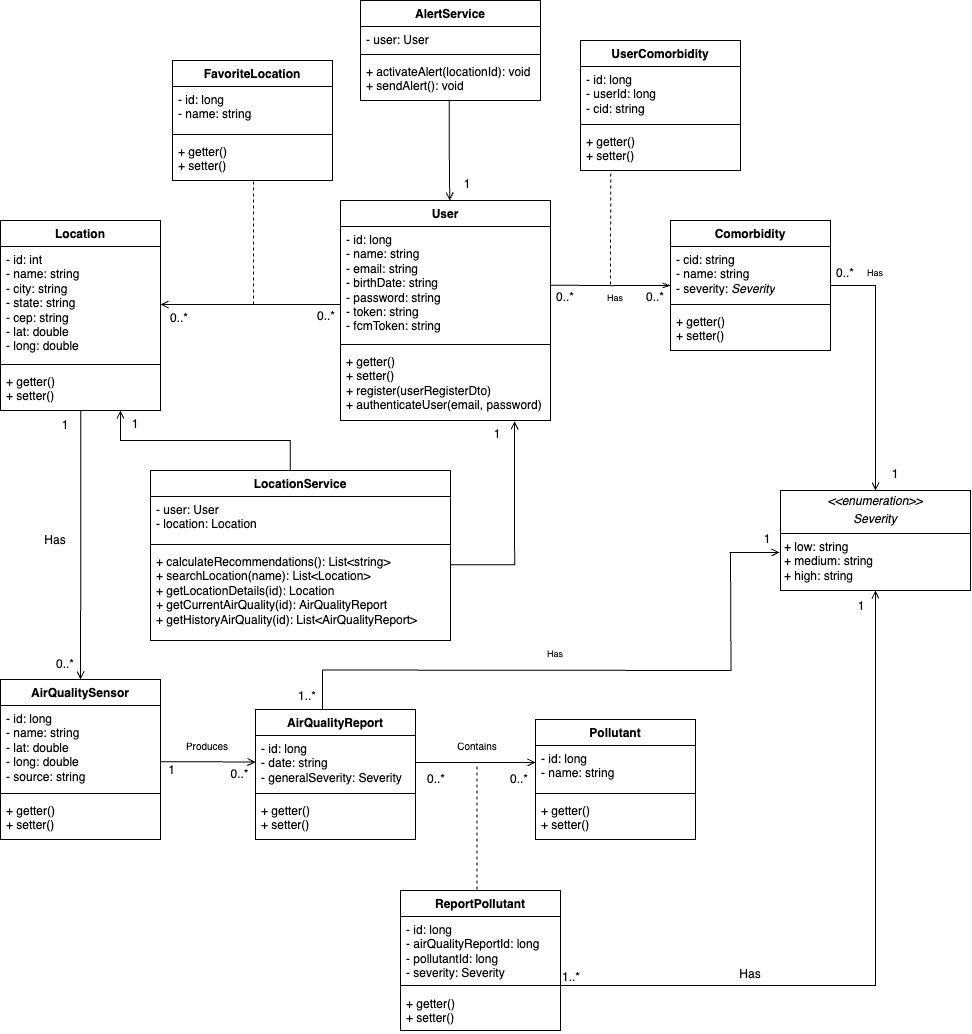
Before: artifacts/class-diagram/class_diagram_respira.drawio.png, a diagram exported from draw.io (LucasRohr/respira). Source tidied: cells renumbered, new cells last; positions are measured from the earlier drawing's top-left corner, leaving out a move shared by most shapes.
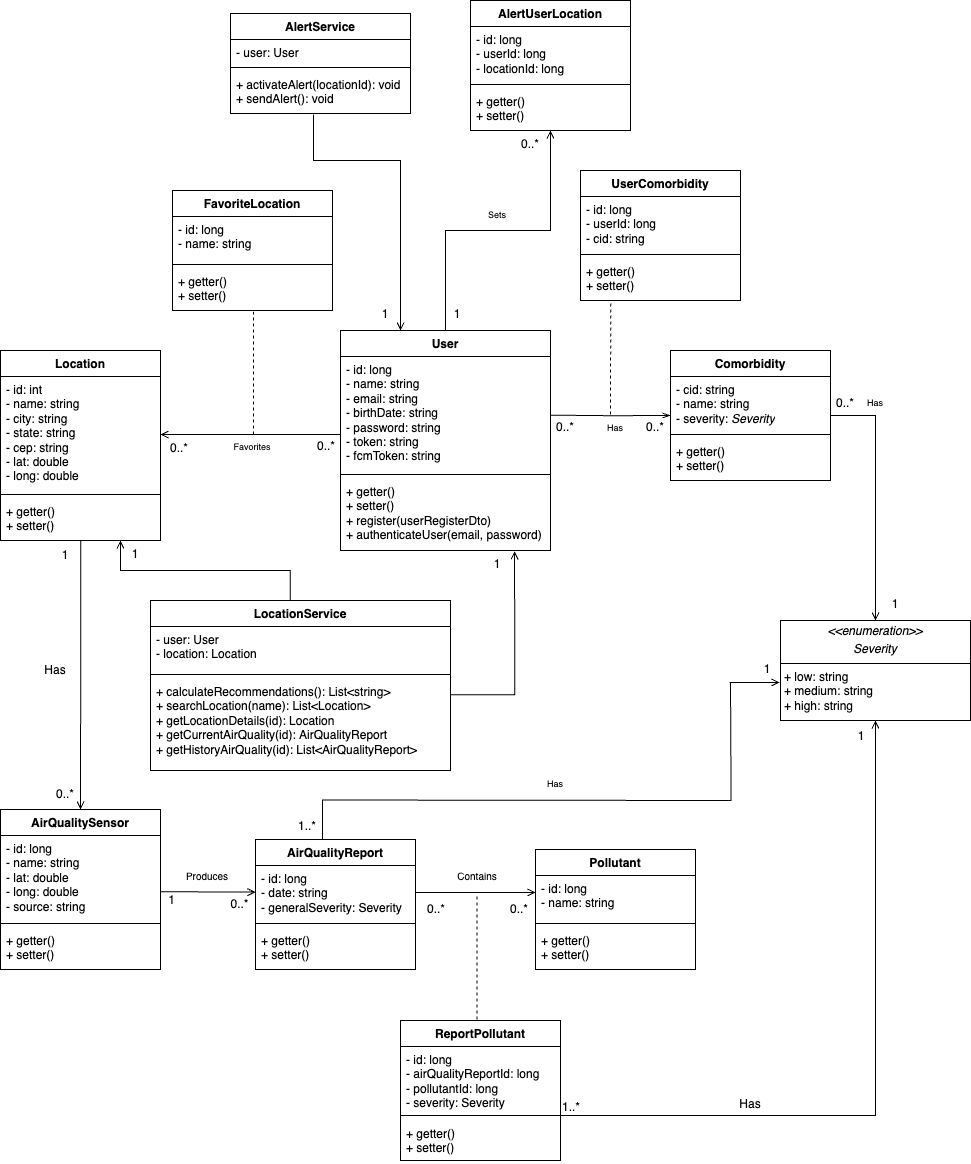
After the commit.

Commit message:
refactor: :recycle: rewrite alert relation in class diagram

The edit, as a diff of the source:
```diff
@@ -242,20 +242,18 @@
     <mxCell id="71" value="1..*" style="text;html=1;align=center;verticalAlign=middle;whiteSpace=wrap;rounded=0;" parent="1" vertex="1">
       <mxGeometry x="560" y="970" width="22" height="14" as="geometry" />
     </mxCell>
-    <mxCell id="72" style="edgeStyle=orthogonalEdgeStyle;rounded=0;orthogonalLoop=1;jettySize=auto;html=1;endArrow=open;startFill=0;endFill=0;exitX=0.437;exitY=1.036;exitDx=0;exitDy=0;exitPerimeter=0;entryX=0.52;entryY=0.005;entryDx=0;entryDy=0;entryPerimeter=0;" parent="1" edge="1">
+    <mxCell id="72" style="edgeStyle=orthogonalEdgeStyle;rounded=0;orthogonalLoop=1;jettySize=auto;html=1;endArrow=open;startFill=0;endFill=0;exitX=0.456;exitY=1.095;exitDx=0;exitDy=0;exitPerimeter=0;entryX=0.52;entryY=0.005;entryDx=0;entryDy=0;entryPerimeter=0;" parent="1" edge="1">
       <mxGeometry relative="1" as="geometry">
-        <mxPoint x="448.7" y="100.5" as="sourcePoint" />
-        <mxPoint x="449.2" y="200.1" as="targetPoint" />
+        <mxPoint x="312.9" y="-16" as="sourcePoint" />
+        <mxPoint x="400" y="200.1" as="targetPoint" />
         <Array as="points">
-          <mxPoint x="449" y="149" />
-          <mxPoint x="449" y="149" />
-          <mxPoint x="449" y="169" />
-          <mxPoint x="449" y="169" />
+          <mxPoint x="313" y="30" />
+          <mxPoint x="400" y="30" />
         </Array>
       </mxGeometry>
     </mxCell>
     <mxCell id="73" value="AlertService" style="swimlane;fontStyle=1;align=center;verticalAlign=top;horizontal=1;startSize=26;whiteSpace=wrap;html=1;" parent="1" vertex="1">
-      <mxGeometry x="360" width="180" height="100" as="geometry" />
+      <mxGeometry x="230" y="-117" width="180" height="100" as="geometry" />
     </mxCell>
     <mxCell id="74" value="&lt;div&gt;- user: User&lt;/div&gt;" style="text;strokeColor=none;fillColor=none;align=left;verticalAlign=top;spacingLeft=4;spacingRight=4;overflow=hidden;whiteSpace=wrap;html=1;" parent="73" vertex="1">
       <mxGeometry y="26" width="180" height="24" as="geometry" />
@@ -267,7 +265,7 @@
       <mxGeometry y="58" width="180" height="42" as="geometry" />
     </mxCell>
     <mxCell id="77" value="1" style="text;html=1;align=center;verticalAlign=middle;whiteSpace=wrap;rounded=0;" parent="1" vertex="1">
-      <mxGeometry x="462" y="180" width="10" height="8" as="geometry" />
+      <mxGeometry x="380" y="180" width="10" height="8" as="geometry" />
     </mxCell>
     <mxCell id="78" value="LocationService" style="swimlane;fontStyle=1;align=center;verticalAlign=top;horizontal=1;startSize=26;whiteSpace=wrap;html=1;" parent="1" vertex="1">
       <mxGeometry x="150" y="470" width="300" height="170" as="geometry" />
@@ -304,5 +302,32 @@
     <mxCell id="88" value="+ getter()&amp;nbsp;&lt;div&gt;+ setter()&lt;/div&gt;" style="text;strokeColor=none;fillColor=none;align=left;verticalAlign=top;spacingLeft=4;spacingRight=4;overflow=hidden;points=[[0,0.5],[1,0.5]];portConstraint=eastwest;whiteSpace=wrap;html=1;" parent="85" vertex="1">
       <mxGeometry y="88" width="160" height="42" as="geometry" />
     </mxCell>
+    <mxCell id="89" value="AlertUserLocation" style="swimlane;fontStyle=1;align=center;verticalAlign=top;horizontal=1;startSize=26;whiteSpace=wrap;html=1;" parent="1" vertex="1">
+      <mxGeometry x="470" y="-130" width="160" height="130" as="geometry" />
+    </mxCell>
+    <mxCell id="90" value="&lt;div&gt;- id: long&lt;/div&gt;- userId: long&lt;div&gt;- locationId: long&lt;/div&gt;" style="text;strokeColor=none;fillColor=none;align=left;verticalAlign=top;spacingLeft=4;spacingRight=4;overflow=hidden;whiteSpace=wrap;html=1;" parent="89" vertex="1">
+      <mxGeometry y="26" width="160" height="54" as="geometry" />
+    </mxCell>
+    <mxCell id="91" style="line;strokeWidth=1;fillColor=none;align=left;verticalAlign=middle;spacingTop=-1;spacingLeft=3;spacingRight=3;labelPosition=right;strokeColor=inherit;" parent="89" vertex="1">
+      <mxGeometry y="80" width="160" height="8" as="geometry" />
+    </mxCell>
+    <mxCell id="92" value="+ getter()&amp;nbsp;&lt;div&gt;+ setter()&lt;/div&gt;" style="text;strokeColor=none;fillColor=none;align=left;verticalAlign=top;spacingLeft=4;spacingRight=4;overflow=hidden;points=[[0,0.5],[1,0.5]];portConstraint=eastwest;whiteSpace=wrap;html=1;" parent="89" vertex="1">
+      <mxGeometry y="88" width="160" height="42" as="geometry" />
+    </mxCell>
+    <mxCell id="93" style="edgeStyle=orthogonalEdgeStyle;rounded=0;jettySize=auto;html=1;entryX=0.5;entryY=1;entryDx=0;entryDy=0;entryPerimeter=0;endArrow=open;endFill=0;" parent="1" edge="1" source="2" target="92">
+      <mxGeometry relative="1" as="geometry" />
+    </mxCell>
+    <mxCell id="94" value="Favorites" style="text;html=1;align=center;verticalAlign=middle;whiteSpace=wrap;rounded=0;fontSize=9;" parent="1" vertex="1">
+      <mxGeometry x="237" y="312" width="30" height="10" as="geometry" />
+    </mxCell>
+    <mxCell id="95" value="Sets" style="text;html=1;align=center;verticalAlign=middle;whiteSpace=wrap;rounded=0;fontSize=9;" parent="1" vertex="1">
+      <mxGeometry x="482" y="80" width="30" height="10" as="geometry" />
+    </mxCell>
+    <mxCell id="96" value="1" style="text;html=1;align=center;verticalAlign=middle;whiteSpace=wrap;rounded=0;" parent="1" vertex="1">
+      <mxGeometry x="452" y="180" width="10" height="8" as="geometry" />
+    </mxCell>
+    <mxCell id="97" value="0..*" style="text;html=1;align=center;verticalAlign=middle;whiteSpace=wrap;rounded=0;" parent="1" vertex="1">
+      <mxGeometry x="525" y="10" width="10" height="8" as="geometry" />
+    </mxCell>
   </root>
 </mxGraphModel>
```
